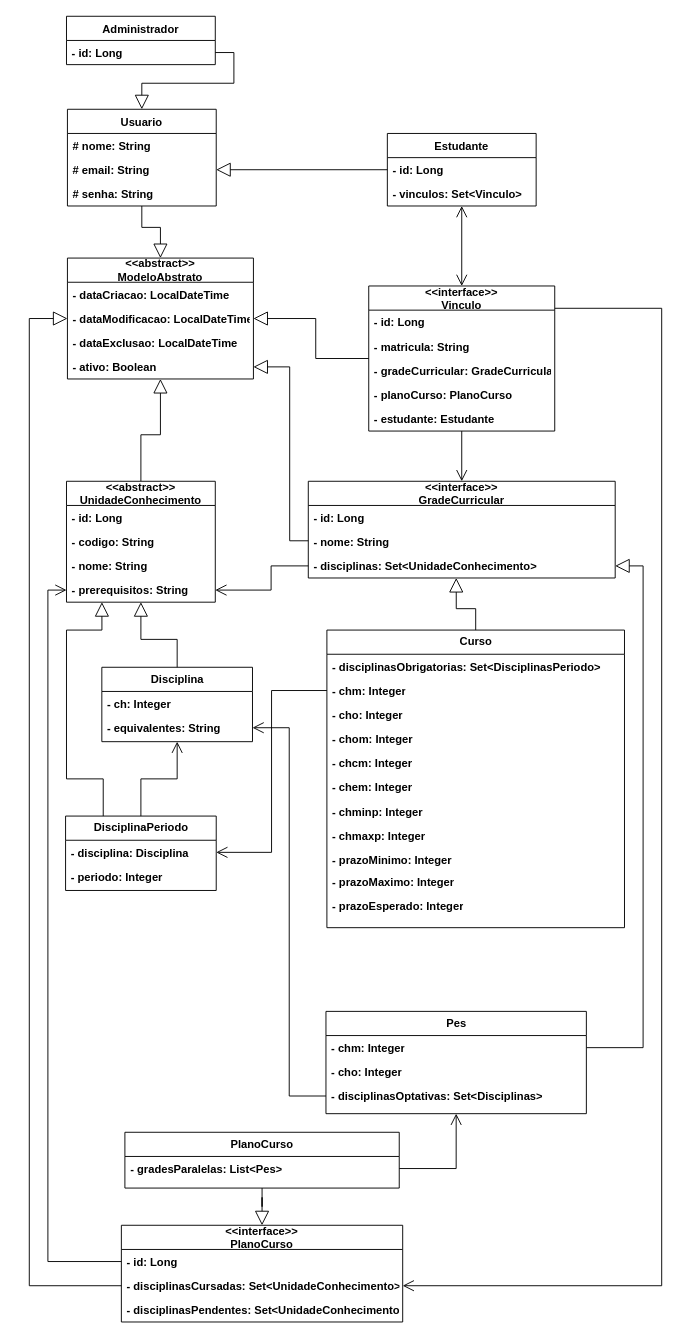
Earlier version of the draw.io diagram page "Aplicação 1" (5 of 7) of planejamento/modelagem/DiagramaDeClasses.drawio (arturo32/PODE). Source tidied: cells renumbered, new cells numbered last; positions are measured from the earlier drawing's top-left corner, leaving out a move shared by most shapes. Both pictures are drawn from the tidied source at 93%, with x=0, y=0 at pixel (29, 16).
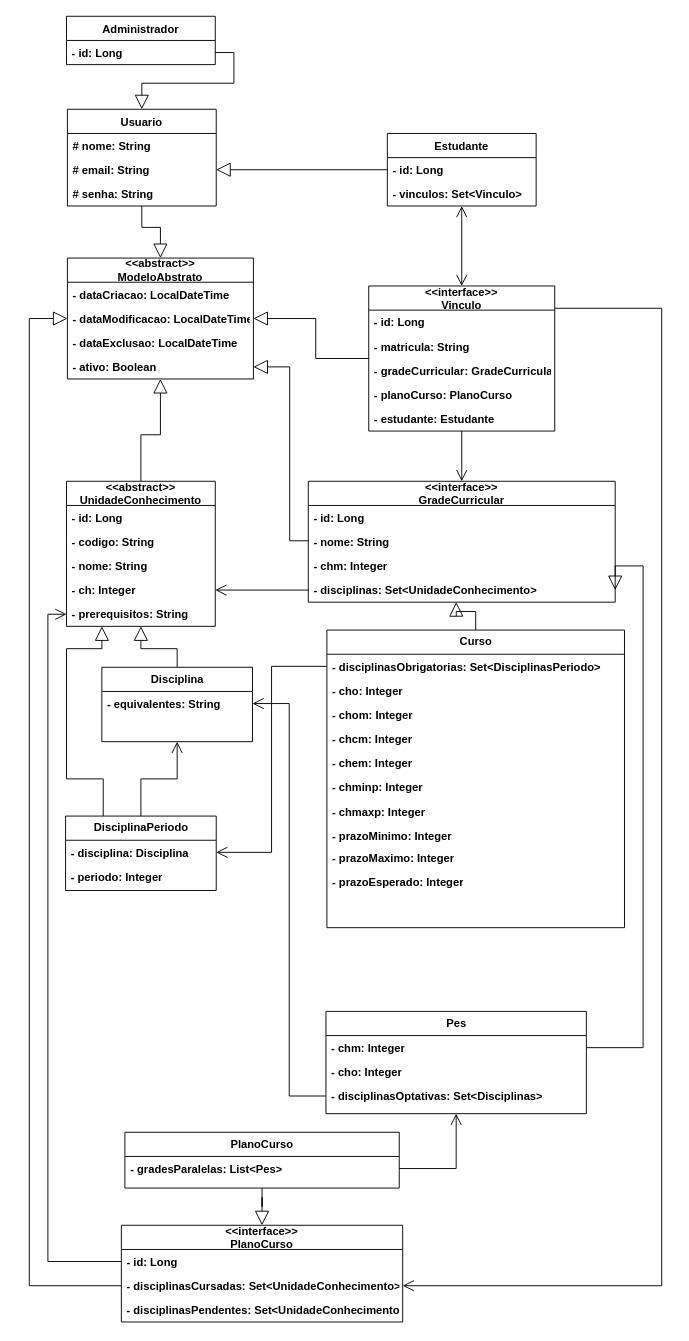
Above is the later version.

Unchanged cells that the change refers to:
```xml
<mxCell id="48" value="Curso" style="swimlane;html=1;fontStyle=1;horizontal=1;startSize=26;fillColor=none;swimlaneFillColor=#ffffff;rounded=0;shadow=0;comic=0;labelBackgroundColor=none;strokeWidth=1;fontFamily=Helvetica;fontSize=12;align=center;" parent="1" vertex="1">
  <mxGeometry x="320" y="660" width="320" height="320" as="geometry" />
</mxCell>
<mxCell id="49" value="- disciplinasObrigatorias: Set&amp;lt;DisciplinasPeriodo&amp;gt;" style="text;html=1;strokeColor=none;fillColor=none;align=left;verticalAlign=top;spacingLeft=4;spacingRight=4;whiteSpace=wrap;overflow=hidden;points=[[0,0.5],[1,0.5]];portConstraint=eastwest;fontFamily=Helvetica;fontStyle=1;" parent="48" vertex="1">
  <mxGeometry y="26" width="320" height="26" as="geometry" />
</mxCell>
<mxCell id="61" value="&lt;div style=&quot;font-size: 12px&quot;&gt;&lt;span&gt;Disciplina&lt;/span&gt;&lt;/div&gt;" style="swimlane;html=1;fontStyle=1;horizontal=1;startSize=26;fillColor=none;swimlaneFillColor=#ffffff;rounded=0;shadow=0;comic=0;labelBackgroundColor=none;strokeWidth=1;fontFamily=Helvetica;fontSize=10;align=center;" parent="1" vertex="1">
  <mxGeometry x="78" y="700" width="162" height="80" as="geometry" />
</mxCell>
<mxCell id="77" value="&lt;div style=&quot;font-size: 12px&quot;&gt;&lt;span&gt;DisciplinaPeriodo&lt;/span&gt;&lt;/div&gt;" style="swimlane;html=1;fontStyle=1;horizontal=1;startSize=26;fillColor=none;swimlaneFillColor=#ffffff;rounded=0;shadow=0;comic=0;labelBackgroundColor=none;strokeWidth=1;fontFamily=Helvetica;fontSize=10;align=center;" parent="1" vertex="1">
  <mxGeometry x="39" y="860" width="162" height="80" as="geometry" />
</mxCell>
<mxCell id="78" value="- disciplina: Disciplina" style="text;html=1;strokeColor=none;fillColor=none;align=left;verticalAlign=top;spacingLeft=4;spacingRight=4;whiteSpace=wrap;overflow=hidden;points=[[0,0.5],[1,0.5]];portConstraint=eastwest;fontFamily=Helvetica;fontStyle=1;" parent="77" vertex="1">
  <mxGeometry y="26" width="162" height="26" as="geometry" />
</mxCell>
```

What changed in the source:
```diff
@@
-    <mxCell id="30" style="edgeStyle=orthogonalEdgeStyle;rounded=0;jettySize=auto;html=1;entryX=1;entryY=0.5;entryDx=0;entryDy=0;startArrow=none;startFill=0;endArrow=open;endFill=0;startSize=10;endSize=10;strokeWidth=1;exitX=0;exitY=0.5;exitDx=0;exitDy=0;fontFamily=Helvetica;fontStyle=1;" parent="1" edge="1" source="34" target="45">
-      <mxGeometry relative="1" as="geometry">
-        <Array as="points">
-          <mxPoint x="260" y="591" />
-          <mxPoint x="260" y="617" />
-        </Array>
-      </mxGeometry>
+    <mxCell id="30" style="edgeStyle=orthogonalEdgeStyle;rounded=0;jettySize=auto;html=1;entryX=1;entryY=0.5;entryDx=0;entryDy=0;startArrow=none;startFill=0;endArrow=open;endFill=0;startSize=10;endSize=10;strokeWidth=1;exitX=0;exitY=0.5;exitDx=0;exitDy=0;fontFamily=Helvetica;fontStyle=1;" parent="1" edge="1" source="34" target="62">
+      <mxGeometry relative="1" as="geometry" />
     </mxCell>
     <mxCell id="31" value="&lt;&lt;interface&gt;&gt;&#10;GradeCurricular" style="swimlane;fontStyle=1;align=center;verticalAlign=middle;horizontal=1;startSize=26;rounded=0;shadow=0;glass=0;sketch=0;fontFamily=Helvetica;" parent="1" vertex="1">
-      <mxGeometry x="300" y="500" width="330" height="104" as="geometry" />
+      <mxGeometry x="300" y="500" width="330" height="130" as="geometry" />
     </mxCell>
@@
+    <mxCell id="50" value="- chm: Integer" style="text;html=1;strokeColor=none;fillColor=none;align=left;verticalAlign=top;spacingLeft=4;spacingRight=4;whiteSpace=wrap;overflow=hidden;points=[[0,0.5],[1,0.5]];portConstraint=eastwest;fontFamily=Helvetica;fontStyle=1;" parent="31" vertex="1">
+      <mxGeometry y="78" width="330" height="26" as="geometry" />
+    </mxCell>
     <mxCell id="34" value="- disciplinas: Set&lt;UnidadeConhecimento&gt;" style="text;strokeColor=none;fillColor=none;align=left;verticalAlign=top;spacingLeft=4;spacingRight=4;overflow=hidden;points=[[0,0.5],[1,0.5]];portConstraint=eastwest;rounded=0;shadow=0;glass=0;sketch=0;fontFamily=Helvetica;fontStyle=1;" parent="31" vertex="1">
-      <mxGeometry y="78" width="330" height="26" as="geometry" />
+      <mxGeometry y="104" width="330" height="26" as="geometry" />
     </mxCell>
@@
     <mxCell id="41" value="&lt;&lt;abstract&gt;&gt;&#10;UnidadeConhecimento" style="swimlane;fontStyle=1;align=center;verticalAlign=middle;horizontal=1;startSize=26;rounded=0;shadow=0;glass=0;sketch=0;spacing=0;fontFamily=Helvetica;" parent="1" vertex="1">
-      <mxGeometry x="40" y="500" width="160" height="130" as="geometry" />
+      <mxGeometry x="40" y="500" width="160" height="156" as="geometry" />
     </mxCell>
@@
+    <mxCell id="62" value="- ch: Integer" style="text;html=1;strokeColor=none;fillColor=none;align=left;verticalAlign=top;spacingLeft=4;spacingRight=4;whiteSpace=wrap;overflow=hidden;points=[[0,0.5],[1,0.5]];portConstraint=eastwest;fontFamily=Helvetica;fontStyle=1;" parent="41" vertex="1">
+      <mxGeometry y="104" width="160" height="26" as="geometry" />
+    </mxCell>
     <mxCell id="45" value="- prerequisitos: String" style="text;strokeColor=none;fillColor=none;align=left;verticalAlign=top;spacingLeft=4;spacingRight=4;overflow=hidden;points=[[0,0.5],[1,0.5]];portConstraint=eastwest;rounded=0;shadow=0;glass=0;sketch=0;fontFamily=Helvetica;fontStyle=1;" parent="41" vertex="1">
-      <mxGeometry y="104" width="160" height="26" as="geometry" />
+      <mxGeometry y="130" width="160" height="26" as="geometry" />
     </mxCell>
@@
-    <mxCell id="50" value="- chm: Integer" style="text;html=1;strokeColor=none;fillColor=none;align=left;verticalAlign=top;spacingLeft=4;spacingRight=4;whiteSpace=wrap;overflow=hidden;points=[[0,0.5],[1,0.5]];portConstraint=eastwest;fontFamily=Helvetica;fontStyle=1;" parent="48" vertex="1">
-      <mxGeometry y="52" width="320" height="26" as="geometry" />
-    </mxCell>
     <mxCell id="51" value="- cho: Integer" style="text;html=1;strokeColor=none;fillColor=none;align=left;verticalAlign=top;spacingLeft=4;spacingRight=4;whiteSpace=wrap;overflow=hidden;fontFamily=Helvetica;fontStyle=1;" parent="48" vertex="1">
-      <mxGeometry y="78" width="320" height="26" as="geometry" />
+      <mxGeometry y="52" width="320" height="26" as="geometry" />
     </mxCell>
     <mxCell id="52" value="- chom: Integer" style="text;html=1;strokeColor=none;fillColor=none;align=left;verticalAlign=top;spacingLeft=4;spacingRight=4;whiteSpace=wrap;overflow=hidden;fontStyle=1;" parent="48" vertex="1">
-      <mxGeometry y="104" width="320" height="26" as="geometry" />
+      <mxGeometry y="78" width="320" height="26" as="geometry" />
     </mxCell>
     <mxCell id="53" value="- chcm: Integer" style="text;html=1;strokeColor=none;fillColor=none;align=left;verticalAlign=top;spacingLeft=4;spacingRight=4;whiteSpace=wrap;overflow=hidden;fontStyle=1;" parent="48" vertex="1">
-      <mxGeometry y="130" width="320" height="26" as="geometry" />
+      <mxGeometry y="104" width="320" height="26" as="geometry" />
     </mxCell>
     <mxCell id="54" value="- chem: Integer" style="text;html=1;strokeColor=none;fillColor=none;align=left;verticalAlign=top;spacingLeft=4;spacingRight=4;whiteSpace=wrap;overflow=hidden;fontStyle=1;" parent="48" vertex="1">
-      <mxGeometry y="156" width="320" height="26" as="geometry" />
+      <mxGeometry y="130" width="320" height="26" as="geometry" />
     </mxCell>
     <mxCell id="55" value="- chminp: Integer" style="text;strokeColor=none;fillColor=none;align=left;verticalAlign=top;spacingLeft=4;spacingRight=4;overflow=hidden;rounded=0;shadow=0;glass=0;sketch=0;fontStyle=1;" parent="48" vertex="1">
-      <mxGeometry y="182" width="320" height="26" as="geometry" />
+      <mxGeometry y="156" width="320" height="26" as="geometry" />
     </mxCell>
     <mxCell id="56" value="- chmaxp: Integer" style="text;strokeColor=none;fillColor=none;align=left;verticalAlign=top;spacingLeft=4;spacingRight=4;overflow=hidden;rounded=0;shadow=0;glass=0;sketch=0;fontStyle=1;" parent="48" vertex="1">
-      <mxGeometry y="208" width="320" height="26" as="geometry" />
+      <mxGeometry y="182" width="320" height="26" as="geometry" />
     </mxCell>
     <mxCell id="57" value="- prazoMinimo: Integer" style="text;html=1;strokeColor=none;fillColor=none;align=left;verticalAlign=top;spacingLeft=4;spacingRight=4;whiteSpace=wrap;overflow=hidden;fontStyle=1;" parent="48" vertex="1">
-      <mxGeometry y="234" width="320" height="24" as="geometry" />
+      <mxGeometry y="208" width="320" height="24" as="geometry" />
     </mxCell>
     <mxCell id="58" value="- prazoMaximo: Integer" style="text;html=1;strokeColor=none;fillColor=none;align=left;verticalAlign=top;spacingLeft=4;spacingRight=4;whiteSpace=wrap;overflow=hidden;fontStyle=1;" parent="48" vertex="1">
-      <mxGeometry y="258" width="320" height="26" as="geometry" />
+      <mxGeometry y="232" width="320" height="26" as="geometry" />
     </mxCell>
     <mxCell id="59" value="- prazoEsperado: Integer" style="text;html=1;strokeColor=none;fillColor=none;align=left;verticalAlign=top;spacingLeft=4;spacingRight=4;whiteSpace=wrap;overflow=hidden;fontStyle=1;" parent="48" vertex="1">
-      <mxGeometry y="284" width="320" height="26" as="geometry" />
+      <mxGeometry y="258" width="320" height="26" as="geometry" />
     </mxCell>
@@
-    <mxCell id="62" value="- ch: Integer" style="text;html=1;strokeColor=none;fillColor=none;align=left;verticalAlign=top;spacingLeft=4;spacingRight=4;whiteSpace=wrap;overflow=hidden;points=[[0,0.5],[1,0.5]];portConstraint=eastwest;fontFamily=Helvetica;fontStyle=1;" parent="61" vertex="1">
-      <mxGeometry y="26" width="162" height="26" as="geometry" />
-    </mxCell>
     <mxCell id="63" value="- equivalentes: String" style="text;html=1;strokeColor=none;fillColor=none;align=left;verticalAlign=top;spacingLeft=4;spacingRight=4;whiteSpace=wrap;overflow=hidden;points=[[0,0.5],[1,0.5]];portConstraint=eastwest;fontFamily=Helvetica;fontStyle=1;" parent="61" vertex="1">
-      <mxGeometry y="52" width="162" height="26" as="geometry" />
+      <mxGeometry y="26" width="162" height="26" as="geometry" />
     </mxCell>
@@
-    <mxCell id="74" style="edgeStyle=orthogonalEdgeStyle;rounded=0;jettySize=auto;html=1;entryX=1;entryY=0.5;entryDx=0;entryDy=0;endArrow=open;endFill=0;strokeWidth=1;endSize=10;startFill=0;startSize=10;fontFamily=Helvetica;fontStyle=1;" parent="1" edge="1" source="50" target="78">
+    <mxCell id="74" style="edgeStyle=orthogonalEdgeStyle;rounded=0;jettySize=auto;html=1;entryX=1;entryY=0.5;entryDx=0;entryDy=0;endArrow=open;endFill=0;strokeWidth=1;endSize=10;startFill=0;startSize=10;fontFamily=Helvetica;fontStyle=1;exitX=0;exitY=0.5;exitDx=0;exitDy=0;" parent="1" edge="1" source="49" target="78">
       <mxGeometry relative="1" as="geometry" />
     </mxCell>
@@
     <mxCell id="76" style="edgeStyle=orthogonalEdgeStyle;rounded=0;jettySize=auto;html=1;exitX=0.25;exitY=0;exitDx=0;exitDy=0;entryX=0.238;entryY=1;entryDx=0;entryDy=0;entryPerimeter=0;fontFamily=Helvetica;fontSize=11;endArrow=block;endFill=0;fontStyle=1;strokeWidth=1;endSize=13;startFill=0;startSize=10;" parent="1" edge="1" source="77" target="45">
       <mxGeometry relative="1" as="geometry">
         <Array as="points">
           <mxPoint x="80" y="820" />
           <mxPoint x="40" y="820" />
-          <mxPoint x="40" y="660" />
-          <mxPoint x="78" y="660" />
+          <mxPoint x="40" y="680" />
+          <mxPoint x="78" y="680" />
         </Array>
       </mxGeometry>
     </mxCell>
```
